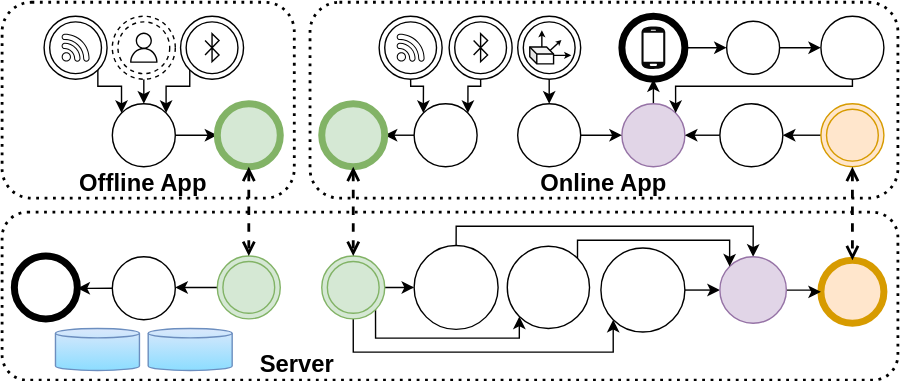
OpenHPS/openhps.org keeps this draw.io diagram as slides/ipin2021/images/model.svg. Above is the earlier version. Source tidied: cells renumbered, new cells last; positions are measured from the earlier drawing's top-left corner, leaving out a move shared by most shapes.
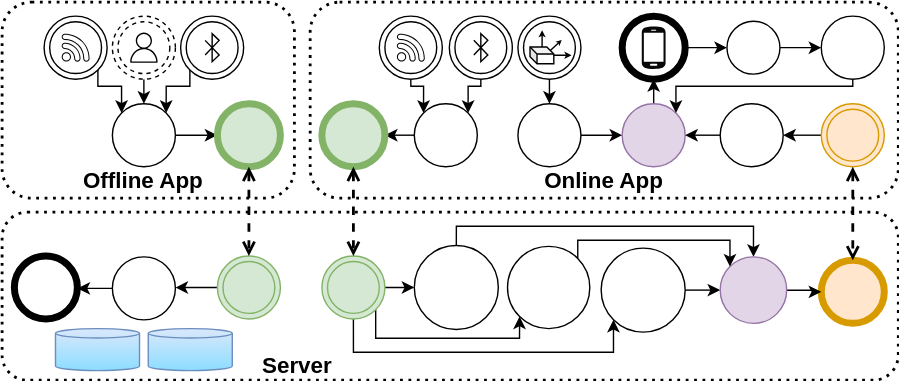
The same file after the commit.

Change to the diagram source:
```diff
@@ -195,14 +195,14 @@
     <mxCell id="52" style="shape=ellipse;html=1;dashed=0;whitespace=wrap;strokeWidth=5;perimeter=ellipsePerimeter;fontSize=11;" parent="1" vertex="1">
       <mxGeometry x="442.8" y="10" width="45" height="45" as="geometry" />
     </mxCell>
-    <mxCell id="53" value="Server" style="text;html=1;strokeColor=none;fillColor=none;align=center;verticalAlign=middle;whiteSpace=wrap;rounded=0;dashed=1;dashPattern=1 2;fontStyle=1;fontSize=17;" parent="1" vertex="1">
-      <mxGeometry x="191.4" y="250" width="40" height="20" as="geometry" />
+    <mxCell id="53" value="Server" style="text;html=1;strokeColor=none;fillColor=none;align=center;verticalAlign=middle;whiteSpace=wrap;rounded=0;dashed=1;dashPattern=1 2;fontStyle=1;fontSize=16;" parent="1" vertex="1">
+      <mxGeometry x="191.4" y="249" width="40" height="20" as="geometry" />
     </mxCell>
-    <mxCell id="54" value="Offline App" style="text;html=1;strokeColor=none;fillColor=none;align=center;verticalAlign=middle;whiteSpace=wrap;rounded=0;dashed=1;dashPattern=1 2;fontStyle=1;fontSize=17;" parent="1" vertex="1">
-      <mxGeometry x="50.3" y="120" width="101.9" height="20" as="geometry" />
+    <mxCell id="54" value="Offline App" style="text;html=1;strokeColor=none;fillColor=none;align=center;verticalAlign=middle;whiteSpace=wrap;rounded=0;dashed=1;dashPattern=1 2;fontStyle=1;fontSize=16;" parent="1" vertex="1">
+      <mxGeometry x="50.3" y="117" width="101.9" height="20" as="geometry" />
     </mxCell>
-    <mxCell id="55" value="Online App" style="text;html=1;strokeColor=none;fillColor=none;align=center;verticalAlign=middle;whiteSpace=wrap;rounded=0;dashed=1;dashPattern=1 2;fontStyle=1;fontSize=17;" parent="1" vertex="1">
-      <mxGeometry x="379.1" y="120" width="101.9" height="20" as="geometry" />
+    <mxCell id="55" value="Online App" style="text;html=1;strokeColor=none;fillColor=none;align=center;verticalAlign=middle;whiteSpace=wrap;rounded=0;dashed=1;dashPattern=1 2;fontStyle=1;fontSize=16;" parent="1" vertex="1">
+      <mxGeometry x="379.1" y="117" width="101.9" height="20" as="geometry" />
     </mxCell>
     <mxCell id="56" style="edgeStyle=orthogonalEdgeStyle;rounded=0;jettySize=auto;html=1;exitX=0.5;exitY=1;exitDx=0;exitDy=0;entryX=1;entryY=0;entryDx=0;entryDy=0;" parent="1" edge="1" source="57" target="31">
       <mxGeometry relative="1" as="geometry">
```
